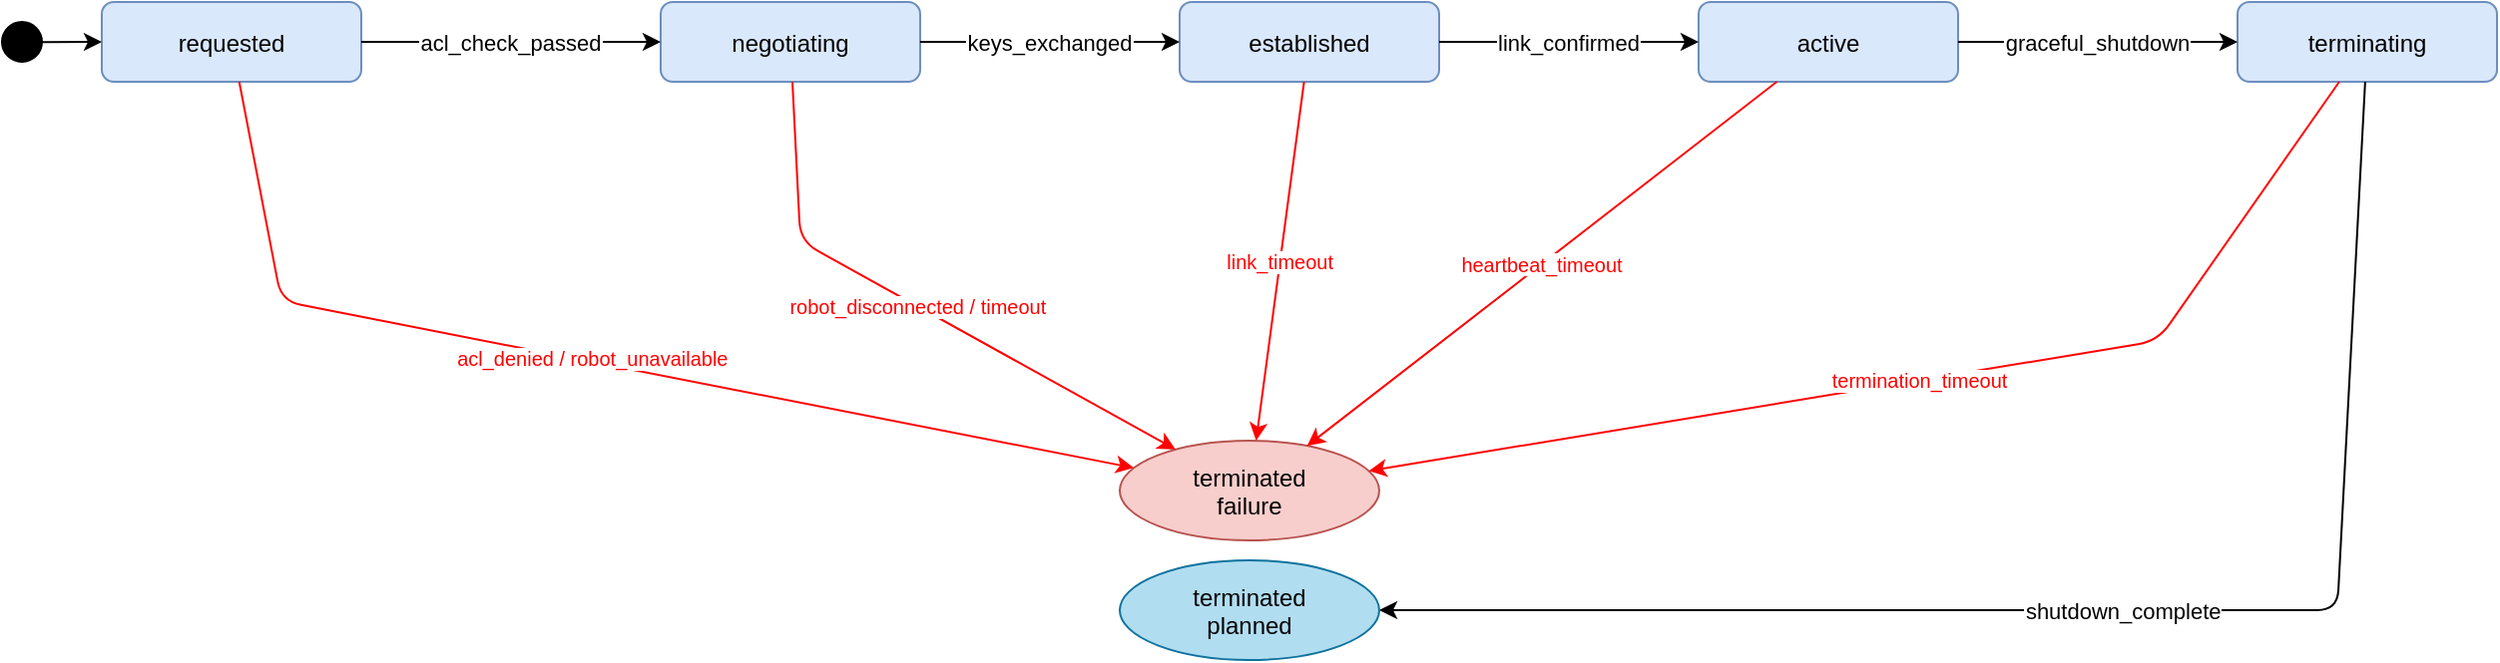
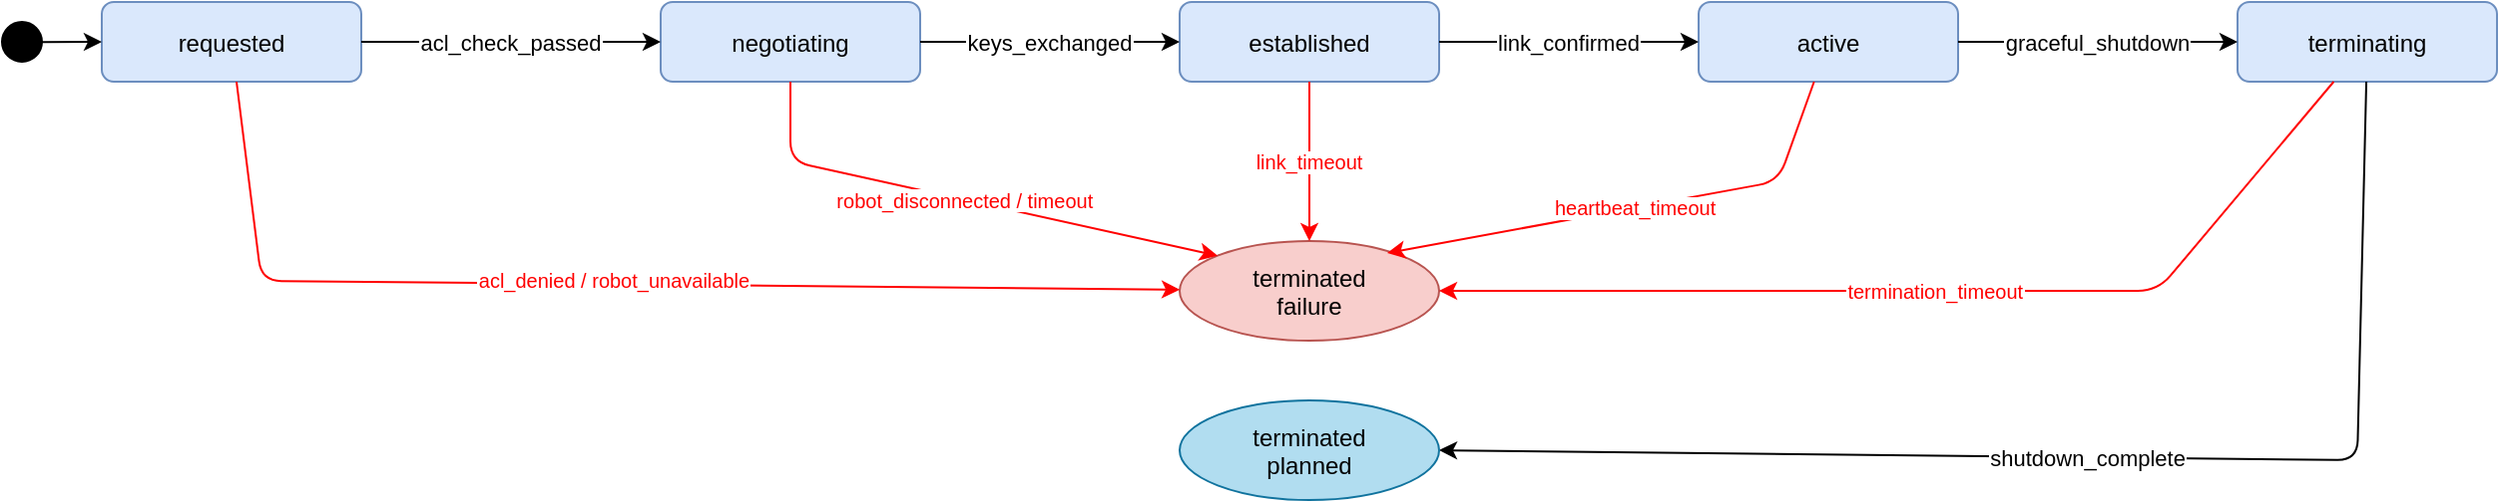
<mxfile host="65bd71144e">
    <diagram id="session-states" name="Session State Machine">
-         <mxGraphModel dx="1380" dy="1029" grid="1" gridSize="10" guides="1" tooltips="1" connect="1" arrows="1" fold="1" page="1" pageScale="1" pageWidth="850" pageHeight="1100" math="0" shadow="0">
+         <mxGraphModel dx="1142" dy="740" grid="1" gridSize="10" guides="1" tooltips="1" connect="1" arrows="1" fold="1" page="1" pageScale="1" pageWidth="850" pageHeight="1100" math="0" shadow="0">
            <root>
                <mxCell id="0"/>
                <mxCell id="1" parent="0"/>
                <mxCell id="2" value="" style="ellipse;fillColor=#000000;strokeColor=#000000;" parent="1" vertex="1">
                    <mxGeometry y="90" width="20" height="20" as="geometry"/>
                </mxCell>
                <mxCell id="3" value="requested" style="rounded=1;fillColor=#dae8fc;strokeColor=#6c8ebf;" parent="1" vertex="1">
                    <mxGeometry x="50" y="80" width="130" height="40" as="geometry"/>
                </mxCell>
                <mxCell id="4" value="negotiating" style="rounded=1;fillColor=#dae8fc;strokeColor=#6c8ebf;" parent="1" vertex="1">
                    <mxGeometry x="330" y="80" width="130" height="40" as="geometry"/>
                </mxCell>
                <mxCell id="5" value="established" style="rounded=1;fillColor=#dae8fc;strokeColor=#6c8ebf;" parent="1" vertex="1">
                    <mxGeometry x="590" y="80" width="130" height="40" as="geometry"/>
                </mxCell>
                <mxCell id="6" value="active" style="rounded=1;fillColor=#dae8fc;strokeColor=#6c8ebf;" parent="1" vertex="1">
                    <mxGeometry x="850" y="80" width="130" height="40" as="geometry"/>
                </mxCell>
                <mxCell id="7" value="terminating" style="rounded=1;fillColor=#dae8fc;strokeColor=#6c8ebf;" parent="1" vertex="1">
                    <mxGeometry x="1120" y="80" width="130" height="40" as="geometry"/>
                </mxCell>
                <mxCell id="8" value="terminated&#xa;failure" style="ellipse;fillColor=#f8cecc;strokeColor=#b85450;" parent="1" vertex="1">
-                     <mxGeometry x="560" y="300" width="130" height="50" as="geometry"/>
+                     <mxGeometry x="590" y="200" width="130" height="50" as="geometry"/>
                </mxCell>
                <mxCell id="10" value="" parent="1" source="2" target="3" edge="1">
                    <mxGeometry relative="1" as="geometry"/>
                </mxCell>
                <mxCell id="11" value="acl_check_passed" parent="1" source="3" target="4" edge="1">
                    <mxGeometry relative="1" as="geometry"/>
                </mxCell>
                <mxCell id="12" value="keys_exchanged" parent="1" source="4" target="5" edge="1">
                    <mxGeometry relative="1" as="geometry"/>
                </mxCell>
                <mxCell id="13" value="link_confirmed" parent="1" source="5" target="6" edge="1">
                    <mxGeometry relative="1" as="geometry"/>
                </mxCell>
                <mxCell id="14" value="graceful_shutdown" parent="1" source="6" target="7" edge="1">
                    <mxGeometry relative="1" as="geometry"/>
                </mxCell>
                <mxCell id="15" value="shutdown_complete" style="entryX=1;entryY=0.5;entryDx=0;entryDy=0;" parent="1" source="7" target="25" edge="1">
                    <mxGeometry relative="1" as="geometry">
                        <Array as="points">
-                             <mxPoint x="1170" y="385"/>
+                             <mxPoint x="1180" y="310"/>
                        </Array>
                    </mxGeometry>
                </mxCell>
                <mxCell id="16" value="acl_denied / robot_unavailable" style="strokeColor=#FF0000;fontColor=#FF0000;fontSize=10;" parent="1" source="3" target="8" edge="1">
                    <mxGeometry x="-0.0106" y="2" relative="1" as="geometry">
                        <Array as="points">
-                             <mxPoint x="140" y="230"/>
+                             <mxPoint x="130" y="220"/>
                        </Array>
                        <mxPoint as="offset"/>
                    </mxGeometry>
                </mxCell>
-                 <mxCell id="17" value="robot_disconnected / timeout" style="strokeColor=#FF0000;fontColor=#FF0000;fontSize=10;" parent="1" source="4" target="8" edge="1">
+                 <mxCell id="17" value="robot_disconnected / timeout" style="strokeColor=#FF0000;fontColor=#FF0000;fontSize=10;entryX=0;entryY=0;entryDx=0;entryDy=0;" parent="1" source="4" target="8" edge="1">
                    <mxGeometry relative="1" as="geometry">
                        <Array as="points">
-                             <mxPoint x="400" y="200"/>
+                             <mxPoint x="395" y="160"/>
                        </Array>
                    </mxGeometry>
                </mxCell>
                <mxCell id="18" value="link_timeout" style="strokeColor=#FF0000;fontColor=#FF0000;fontSize=10;" parent="1" source="5" target="8" edge="1">
                    <mxGeometry relative="1" as="geometry"/>
                </mxCell>
-                 <mxCell id="19" value="heartbeat_timeout" style="strokeColor=#FF0000;fontColor=#FF0000;fontSize=10;" parent="1" source="6" target="8" edge="1">
-                     <mxGeometry relative="1" as="geometry"/>
+                 <mxCell id="19" value="heartbeat_timeout" style="strokeColor=#FF0000;fontColor=#FF0000;fontSize=10;entryX=0.8;entryY=0.12;entryDx=0;entryDy=0;entryPerimeter=0;" parent="1" source="6" target="8" edge="1">
+                     <mxGeometry relative="1" as="geometry">
+                         <Array as="points">
+                             <mxPoint x="890" y="170"/>
+                         </Array>
+                     </mxGeometry>
                </mxCell>
                <mxCell id="20" value="termination_timeout" style="strokeColor=#FF0000;fontColor=#FF0000;fontSize=10;" parent="1" source="7" target="8" edge="1">
                    <mxGeometry relative="1" as="geometry">
                        <Array as="points">
-                             <mxPoint x="1080" y="250"/>
+                             <mxPoint x="1080" y="225"/>
                        </Array>
                    </mxGeometry>
                </mxCell>
-                 <mxCell id="25" value="terminated&#xa;planned" style="ellipse;fillColor=#b1ddf0;strokeColor=#10739e;" vertex="1" parent="1">
-                     <mxGeometry x="560" y="360" width="130" height="50" as="geometry"/>
+                 <mxCell id="25" value="terminated&#xa;planned" style="ellipse;fillColor=#b1ddf0;strokeColor=#10739e;" parent="1" vertex="1">
+                     <mxGeometry x="590" y="280" width="130" height="50" as="geometry"/>
                </mxCell>
            </root>
        </mxGraphModel>
    </diagram>
</mxfile>